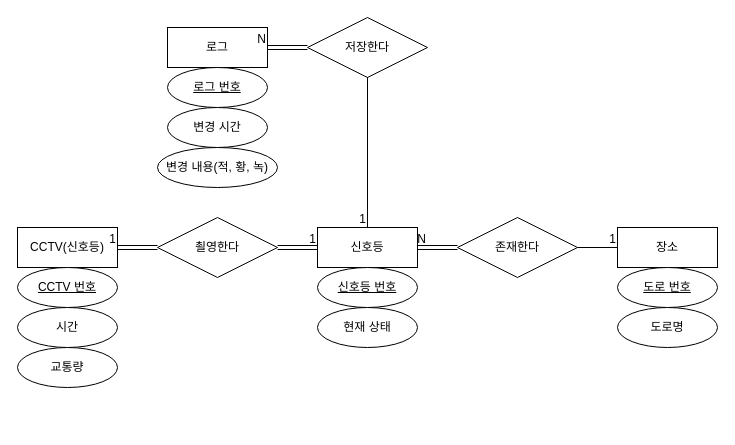
Before: 캡스톤 디자인/ERD/교통관리.drawio in Wjfjs/Capstone, a draw.io diagram. Source tidied: cells renumbered, new cells numbered last; positions are measured from the earlier drawing's top-left corner, leaving out a move shared by most shapes. Both pictures are drawn from the tidied source at 100%, with x=0, y=0 at pixel (17, 17).
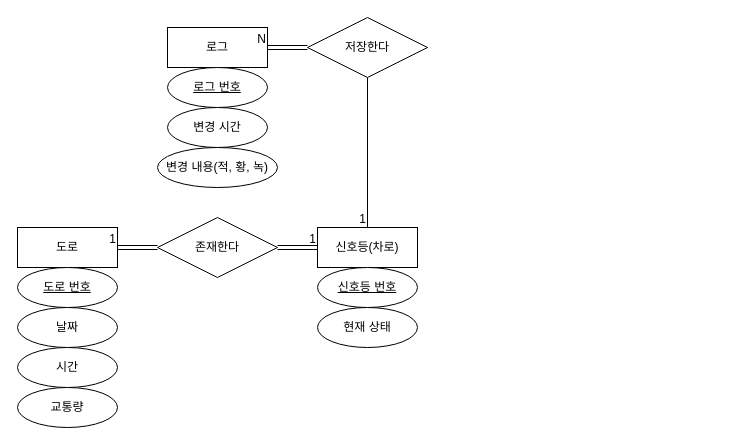
The same diagram, later.

Commit message:
교통관리.drawio 업데이트

Change to the diagram source:
```diff
@@
-    <mxCell id="2" value="CCTV(신호등)" style="whiteSpace=wrap;html=1;align=center;" parent="1" vertex="1">
+    <mxCell id="2" value="도로" style="whiteSpace=wrap;html=1;align=center;" parent="1" vertex="1">
       <mxGeometry y="210" width="100" height="40" as="geometry" />
     </mxCell>
     <mxCell id="3" value="교통량" style="ellipse;whiteSpace=wrap;html=1;align=center;" parent="1" vertex="1">
-      <mxGeometry y="330" width="100" height="40" as="geometry" />
+      <mxGeometry y="370" width="100" height="40" as="geometry" />
     </mxCell>
-    <mxCell id="4" value="CCTV 번호" style="ellipse;whiteSpace=wrap;html=1;align=center;fontStyle=4;" parent="1" vertex="1">
+    <mxCell id="4" value="도로 번호" style="ellipse;whiteSpace=wrap;html=1;align=center;fontStyle=4;" parent="1" vertex="1">
       <mxGeometry y="250" width="100" height="40" as="geometry" />
     </mxCell>
     <mxCell id="5" value="시간" style="ellipse;whiteSpace=wrap;html=1;align=center;" parent="1" vertex="1">
-      <mxGeometry y="290" width="100" height="40" as="geometry" />
+      <mxGeometry y="330" width="100" height="40" as="geometry" />
     </mxCell>
-    <mxCell id="6" value="장소" style="whiteSpace=wrap;html=1;align=center;" parent="1" vertex="1">
-      <mxGeometry x="600" y="210" width="100" height="40" as="geometry" />
-    </mxCell>
-    <mxCell id="7" value="쵤영한다" style="shape=rhombus;perimeter=rhombusPerimeter;whiteSpace=wrap;html=1;align=center;" parent="1" vertex="1">
+    <mxCell id="7" value="존재한다" style="shape=rhombus;perimeter=rhombusPerimeter;whiteSpace=wrap;html=1;align=center;" parent="1" vertex="1">
       <mxGeometry x="140" y="200" width="120" height="60" as="geometry" />
     </mxCell>
-    <mxCell id="8" value="도로 번호" style="ellipse;whiteSpace=wrap;html=1;align=center;fontStyle=4;" parent="1" vertex="1">
-      <mxGeometry x="600" y="250" width="100" height="40" as="geometry" />
-    </mxCell>
-    <mxCell id="9" value="도로명" style="ellipse;whiteSpace=wrap;html=1;align=center;" parent="1" vertex="1">
-      <mxGeometry x="600" y="290" width="100" height="40" as="geometry" />
-    </mxCell>
@@
-    <mxCell id="14" value="신호등" style="whiteSpace=wrap;html=1;align=center;" parent="1" vertex="1">
+    <mxCell id="14" value="신호등(차로)" style="whiteSpace=wrap;html=1;align=center;" parent="1" vertex="1">
       <mxGeometry x="300" y="210" width="100" height="40" as="geometry" />
     </mxCell>
-    <mxCell id="15" value="존재한다" style="shape=rhombus;perimeter=rhombusPerimeter;whiteSpace=wrap;html=1;align=center;" parent="1" vertex="1">
-      <mxGeometry x="440" y="200" width="120" height="60" as="geometry" />
-    </mxCell>
@@
-    <mxCell id="22" style="endArrow=none;html=1;rounded=0;entryX=0;entryY=0.5;entryDx=0;entryDy=0;exitX=1;exitY=0.5;exitDx=0;exitDy=0;" parent="1" edge="1" source="15" target="6">
-      <mxGeometry relative="1" as="geometry" />
-    </mxCell>
-    <mxCell id="23" value="1" style="html=1;whiteSpace=wrap;align=right;verticalAlign=bottom;" parent="22" vertex="1">
-      <mxGeometry x="1" relative="1" as="geometry" />
-    </mxCell>
-    <mxCell id="24" style="shape=link;html=1;rounded=0;entryX=1;entryY=0.5;entryDx=0;entryDy=0;exitX=0;exitY=0.5;exitDx=0;exitDy=0;" parent="1" edge="1" source="15" target="14">
-      <mxGeometry relative="1" as="geometry" />
-    </mxCell>
-    <mxCell id="25" value="N" style="html=1;whiteSpace=wrap;align=right;verticalAlign=bottom;" parent="24" vertex="1">
-      <mxGeometry x="1" relative="1" as="geometry">
-        <mxPoint x="10" as="offset" />
-      </mxGeometry>
-    </mxCell>
@@
+    <mxCell id="31" value="날짜" style="ellipse;whiteSpace=wrap;html=1;align=center;" parent="1" vertex="1">
+      <mxGeometry y="290" width="100" height="40" as="geometry" />
+    </mxCell>
```
